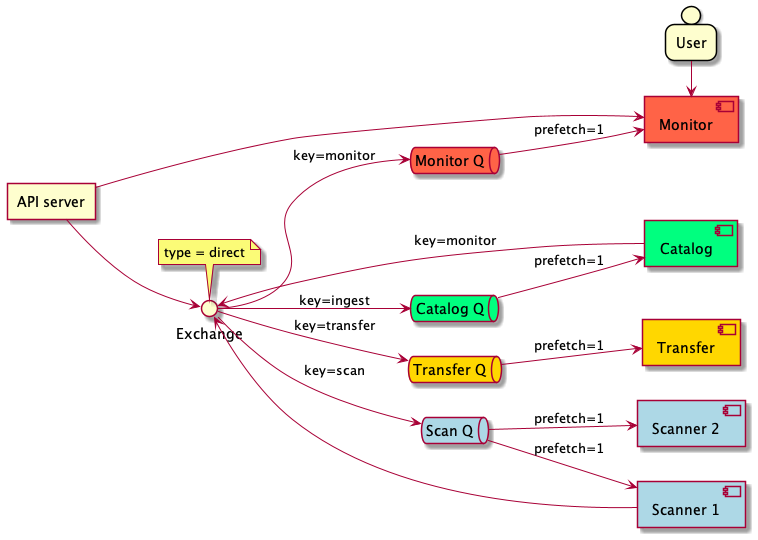
Before: doc/uml/queue_structure.png, a diagram exported from PlantUML (cedadev/nlds).
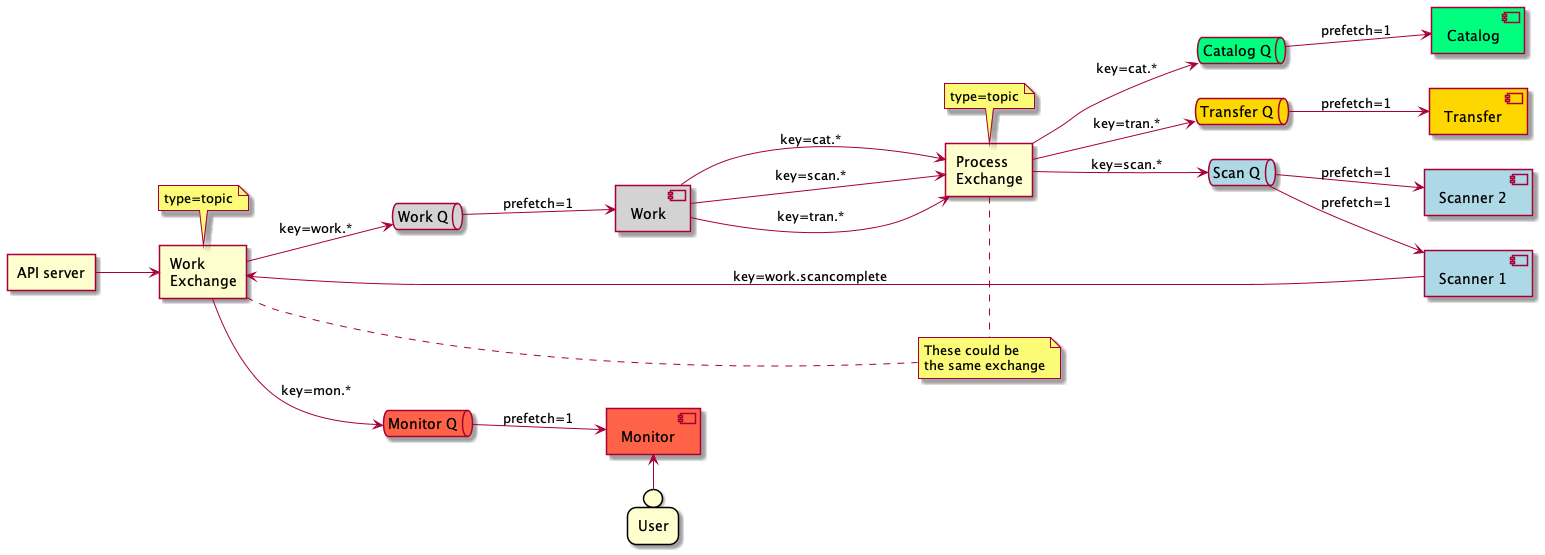
After the commit.

Commit message:
Updated message passing and queue structure to have a separate work queue and work exchange

Change to the diagram source:
```diff
@@ -1,18 +1,45 @@
-@startuml
+@startuml queue_structure
 
 left to right direction
 agent api_server as "API server"
 
 together {
-    interface exchange as "Exchange"
-    note bottom of exchange: type = direct
+    agent wex as "Work\nExchange"
+    note bottom of wex: type=topic
+    queue wq as "Work Q" #lightgrey
+    component work as "Work" #lightgrey
+}
+wex --> wq : key=work.*
+wq --> work : prefetch=1
+
+together {
+    agent pex as "Process\nExchange"
+    note bottom of pex: type=topic
 }
 together {
-    queue q1 as "Scan Q" #lightblue
-    queue q2 as "Transfer Q" #gold
-    queue q3 as "Catalog Q" #springgreen
+    queue sq as "Scan Q" #lightblue
+    queue tq as "Transfer Q" #gold
+    queue cq as "Catalog Q" #springgreen
 }
-queue q4 as "Monitor Q" #tomato
+
+note as N
+    These could be
+    the same exchange
+end note
+
+wex . N
+pex . N
+
+pex --> sq : key=scan.*
+pex --> tq : key=tran.*
+pex --> cq : key=cat.*
+
+work --> pex : key=scan.*
+work --> pex : key=tran.*
+work --> pex : key=cat.*
+
+queue mq as "Monitor Q" #tomato
+wex --> mq : key=mon.*
 
 together {
     component scan1 as "Scanner 1" #lightblue
@@ -21,24 +48,21 @@
 
 component tran1 as "Transfer" #gold
 component cat1 as "Catalog" #springgreen
-component mon1 as "Monitor" #tomato
-person user as "User"
+together {
+    component mon1 as "Monitor" #tomato
+    person user as "User"
+}
 
-api_server --> exchange
-exchange --> q1 : key=scan
-exchange --> q2 : key=transfer
-exchange --> q3 : key=ingest
-exchange --> q4 : key=monitor
-api_server --> mon1
+api_server --> wex
 
-q1 --> scan1 : prefetch=1
-q1 --> scan2 : prefetch=1
-q2 --> tran1 : prefetch=1
-q3 --> cat1 : prefetch=1
-q4 --> mon1 : prefetch=1
-
-scan1 --> exchange
-cat1 --> exchange : key=monitor
+sq --> scan1 : prefetch=1
+sq --> scan2 : prefetch=1
+tq --> tran1 : prefetch=1
+cq --> cat1 : prefetch=1
+mq --> mon1 : prefetch=1
 
 user -> mon1
+
+scan1 --> wex : key=work.scancomplete
+
 @enduml
```
